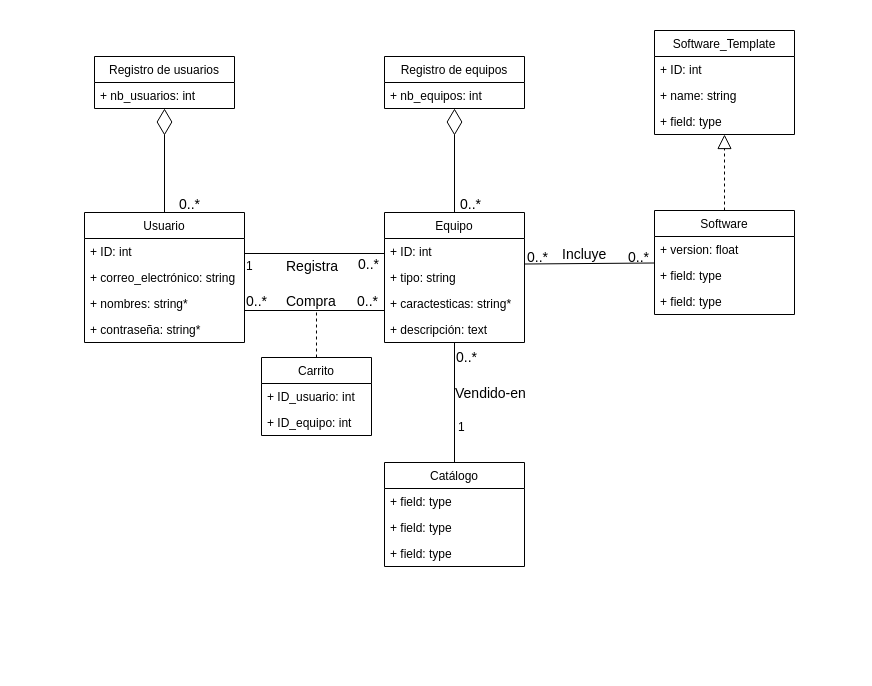
The draw.io diagram ModeloDeDominio.drawio in pierreLucas40/INF236, before the edit. Source tidied: cells renumbered, new cells numbered last; positions are measured from the earlier drawing's top-left corner, leaving out a move shared by most shapes. Both pictures are drawn from the tidied source at 100%, with x=0, y=0 at pixel (84, 30).
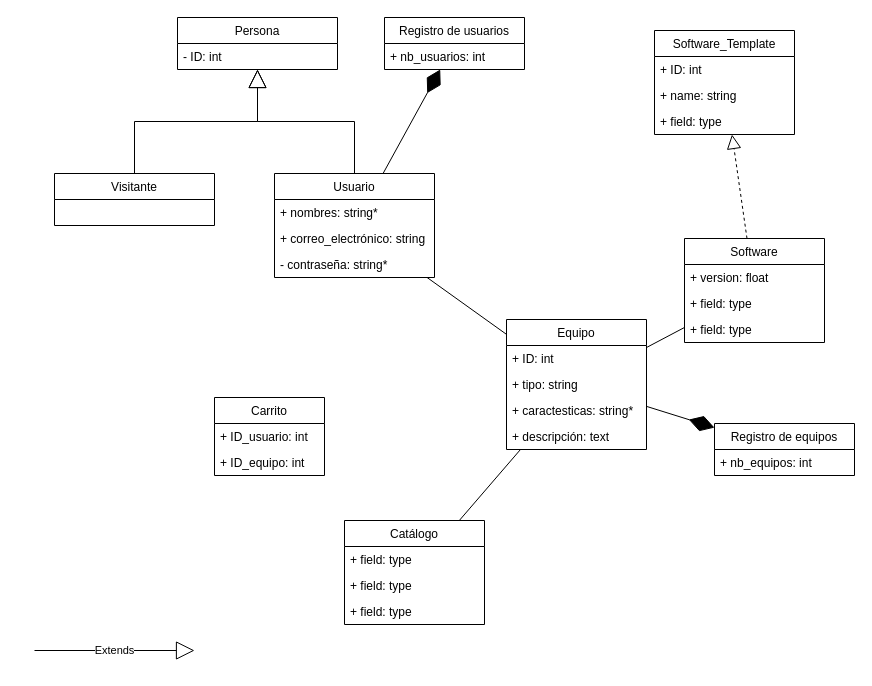
The same page after the edit.

The edit, as a diff of the source:
```diff
@@
     <mxCell id="2" value="Registro de usuarios" style="swimlane;fontStyle=0;horizontal=1;startSize=26;fillColor=none;" parent="1" vertex="1">
-      <mxGeometry x="10" y="26" width="140" height="52" as="geometry" />
+      <mxGeometry x="300" y="-13" width="140" height="52" as="geometry" />
     </mxCell>
@@
     <mxCell id="4" value="Usuario" style="swimlane;fontStyle=0;horizontal=1;startSize=26;fillColor=none;" parent="1" vertex="1">
-      <mxGeometry y="182" width="160" height="130" as="geometry" />
+      <mxGeometry x="190" y="143" width="160" height="104" as="geometry" />
     </mxCell>
-    <mxCell id="5" value="+ ID: int" style="text;strokeColor=none;fillColor=none;align=left;verticalAlign=top;spacingLeft=4;spacingRight=4;overflow=hidden;" parent="4" vertex="1">
-      <mxGeometry y="26" width="160" height="26" as="geometry" />
-    </mxCell>
+    <mxCell id="7" value="+ nombres: string*" style="text;strokeColor=none;fillColor=none;align=left;verticalAlign=top;spacingLeft=4;spacingRight=4;overflow=hidden;" parent="4" vertex="1">
+      <mxGeometry y="26" width="160" height="26" as="geometry" />
+    </mxCell>
@@
-    <mxCell id="7" value="+ nombres: string*" style="text;strokeColor=none;fillColor=none;align=left;verticalAlign=top;spacingLeft=4;spacingRight=4;overflow=hidden;" parent="4" vertex="1">
-      <mxGeometry y="78" width="160" height="26" as="geometry" />
-    </mxCell>
-    <mxCell id="8" value="+ contraseña: string*" style="text;strokeColor=none;fillColor=none;align=left;verticalAlign=top;spacingLeft=4;spacingRight=4;overflow=hidden;" parent="4" vertex="1">
-      <mxGeometry y="104" width="160" height="26" as="geometry" />
+    <mxCell id="8" value="- contraseña: string*" style="text;strokeColor=none;fillColor=none;align=left;verticalAlign=top;spacingLeft=4;spacingRight=4;overflow=hidden;" parent="4" vertex="1">
+      <mxGeometry y="78" width="160" height="26" as="geometry" />
     </mxCell>
-    <mxCell id="9" style="endArrow=diamondThin;endFill=0;endSize=24;html=1;exitX=0.5;exitY=0;exitDx=0;exitDy=0;entryX=0.5;entryY=1;entryDx=0;entryDy=0;" parent="1" edge="1" source="4" target="2">
-      <mxGeometry relative="1" as="geometry" />
-    </mxCell>
     <mxCell id="10" value="Registro de equipos" style="swimlane;fontStyle=0;horizontal=1;startSize=26;fillColor=none;" parent="1" vertex="1">
-      <mxGeometry x="300" y="26" width="140" height="52" as="geometry" />
+      <mxGeometry x="630" y="393" width="140" height="52" as="geometry" />
     </mxCell>
@@
     <mxCell id="12" value="Equipo" style="swimlane;fontStyle=0;horizontal=1;startSize=26;fillColor=none;" parent="1" vertex="1">
-      <mxGeometry x="300" y="182" width="140" height="130" as="geometry" />
+      <mxGeometry x="422" y="289" width="140" height="130" as="geometry" />
     </mxCell>
@@
-    <mxCell id="17" style="endArrow=diamondThin;endFill=0;endSize=24;html=1;exitX=0.5;exitY=0;exitDx=0;exitDy=0;entryX=0.5;entryY=1;entryDx=0;entryDy=0;" parent="1" edge="1" source="12" target="10">
-      <mxGeometry relative="1" as="geometry" />
-    </mxCell>
-    <mxCell id="18" value="&lt;font style=&quot;font-size: 14px&quot;&gt;0..*&lt;/font&gt;" style="text;html=1;align=left;verticalAlign=top;spacingTop=-4;" parent="1" vertex="1">
-      <mxGeometry x="93" y="163" width="40" height="20" as="geometry" />
-    </mxCell>
-    <mxCell id="19" value="&lt;font style=&quot;font-size: 14px&quot;&gt;0..*&lt;/font&gt;" style="text;html=1;align=left;verticalAlign=top;spacingTop=-4;" parent="1" vertex="1">
-      <mxGeometry x="374" y="163" width="40" height="20" as="geometry" />
-    </mxCell>
-    <mxCell id="20" value="&lt;font style=&quot;font-size: 14px&quot;&gt;Compra&lt;/font&gt;" style="text;html=1;points=[];align=left;verticalAlign=top;spacingTop=-4;" parent="1" vertex="1">
-      <mxGeometry x="200" y="260" width="70" height="20" as="geometry" />
-    </mxCell>
-    <mxCell id="21" value="&lt;font style=&quot;font-size: 14px&quot;&gt;Registra&lt;/font&gt;" style="text;html=1;align=left;verticalAlign=top;spacingTop=-4;" parent="1" vertex="1">
-      <mxGeometry x="200" y="225" width="70" height="20" as="geometry" />
-    </mxCell>
@@
     <mxCell id="26" value="Software" style="swimlane;fontStyle=0;horizontal=1;startSize=26;fillColor=none;" parent="1" vertex="1">
-      <mxGeometry x="570" y="180" width="140" height="104" as="geometry" />
+      <mxGeometry x="600" y="208" width="140" height="104" as="geometry" />
     </mxCell>
@@
-    <mxCell id="31" style="endArrow=none;html=1;strokeColor=#000000;" parent="1" edge="1">
-      <mxGeometry relative="1" as="geometry">
-        <mxPoint x="160" y="223" as="sourcePoint" />
-        <mxPoint x="300" y="223" as="targetPoint" />
-      </mxGeometry>
+    <mxCell id="31" style="endArrow=none;html=1;strokeColor=#000000;" parent="1" edge="1" source="4" target="12">
+      <mxGeometry relative="1" as="geometry" />
     </mxCell>
-    <mxCell id="32" style="endArrow=none;html=1;strokeColor=#000000;" parent="1" edge="1">
-      <mxGeometry relative="1" as="geometry">
-        <mxPoint x="160" y="280" as="sourcePoint" />
-        <mxPoint x="300" y="280" as="targetPoint" />
-      </mxGeometry>
-    </mxCell>
-    <mxCell id="33" value="&lt;font style=&quot;font-size: 14px&quot;&gt;0..*&lt;/font&gt;" style="text;html=1;align=left;verticalAlign=top;spacingTop=-4;" parent="1" vertex="1">
-      <mxGeometry x="160" y="260" width="40" height="20" as="geometry" />
-    </mxCell>
-    <mxCell id="34" value="&lt;font style=&quot;font-size: 14px&quot;&gt;0..*&lt;/font&gt;" style="text;html=1;align=left;verticalAlign=top;spacingTop=-4;" parent="1" vertex="1">
-      <mxGeometry x="271" y="260" width="40" height="20" as="geometry" />
-    </mxCell>
-    <mxCell id="35" value="1" style="text;html=1;align=left;verticalAlign=top;spacingTop=-4;" parent="1" vertex="1">
-      <mxGeometry x="160" y="226" width="20" height="20" as="geometry" />
-    </mxCell>
-    <mxCell id="36" value="&lt;font style=&quot;font-size: 14px&quot;&gt;0..*&lt;/font&gt;" style="text;html=1;align=left;verticalAlign=top;spacingTop=-4;" parent="1" vertex="1">
-      <mxGeometry x="272" y="223" width="40" height="20" as="geometry" />
-    </mxCell>
-    <mxCell id="37" style="endArrow=none;html=1;strokeColor=#000000;" parent="1" edge="1">
-      <mxGeometry relative="1" as="geometry">
-        <mxPoint x="570" y="232.5" as="sourcePoint" />
-        <mxPoint x="440" y="233.5" as="targetPoint" />
-      </mxGeometry>
+    <mxCell id="37" style="endArrow=none;html=1;strokeColor=#000000;" parent="1" edge="1" source="26" target="12">
+      <mxGeometry relative="1" as="geometry" />
     </mxCell>
-    <mxCell id="38" value="&lt;font style=&quot;font-size: 14px&quot;&gt;Incluye&lt;/font&gt;" style="text;html=1;align=left;verticalAlign=top;spacingTop=-4;" parent="1" vertex="1">
-      <mxGeometry x="476" y="213" width="60" height="20" as="geometry" />
-    </mxCell>
-    <mxCell id="39" value="&lt;font style=&quot;font-size: 14px&quot;&gt;0..*&lt;/font&gt;" style="text;html=1;align=left;verticalAlign=top;spacingTop=-4;" parent="1" vertex="1">
-      <mxGeometry x="441" y="216" width="40" height="20" as="geometry" />
-    </mxCell>
-    <mxCell id="40" value="&lt;font style=&quot;font-size: 14px&quot;&gt;0..*&lt;/font&gt;" style="text;html=1;align=left;verticalAlign=top;spacingTop=-4;" parent="1" vertex="1">
-      <mxGeometry x="542" y="216" width="40" height="20" as="geometry" />
-    </mxCell>
     <mxCell id="41" value="Catálogo" style="swimlane;fontStyle=0;horizontal=1;startSize=26;fillColor=none;" parent="1" vertex="1">
-      <mxGeometry x="300" y="432" width="140" height="104" as="geometry" />
+      <mxGeometry x="260" y="490" width="140" height="104" as="geometry" />
     </mxCell>
@@
-    <mxCell id="46" value="&lt;font style=&quot;font-size: 14px&quot;&gt;Vendido-en&lt;/font&gt;" style="text;html=1;align=left;verticalAlign=top;spacingTop=-4;" parent="1" vertex="1">
-      <mxGeometry x="369" y="351.5" width="90" height="20" as="geometry" />
-    </mxCell>
-    <mxCell id="47" value="&lt;font style=&quot;font-size: 14px&quot;&gt;0..*&lt;/font&gt;" style="text;html=1;align=left;verticalAlign=top;spacingTop=-4;" parent="1" vertex="1">
-      <mxGeometry x="370" y="316" width="40" height="20" as="geometry" />
-    </mxCell>
-    <mxCell id="48" value="1" style="text;html=1;align=left;verticalAlign=top;spacingTop=-4;" parent="1" vertex="1">
-      <mxGeometry x="372" y="387" width="20" height="20" as="geometry" />
-    </mxCell>
     <mxCell id="49" value="Carrito" style="swimlane;fontStyle=0;horizontal=1;startSize=26;fillColor=none;" parent="1" vertex="1">
-      <mxGeometry x="177" y="327" width="110" height="78" as="geometry" />
+      <mxGeometry x="130" y="367" width="110" height="78" as="geometry" />
     </mxCell>
@@
-    <mxCell id="52" style="endArrow=none;dashed=1;html=1;entryX=0.457;entryY=1.05;entryDx=0;entryDy=0;entryPerimeter=0;exitX=0.5;exitY=0;exitDx=0;exitDy=0;" parent="1" edge="1" source="49" target="20">
-      <mxGeometry relative="1" as="geometry" />
-    </mxCell>
+    <mxCell id="53" value="Visitante" style="swimlane;fontStyle=0;horizontal=1;startSize=26;fillColor=none;" parent="1" vertex="1">
+      <mxGeometry x="-30" y="143" width="160" height="52" as="geometry" />
+    </mxCell>
+    <mxCell id="54" value="Persona" style="swimlane;fontStyle=0;horizontal=1;startSize=26;fillColor=none;" parent="1" vertex="1">
+      <mxGeometry x="93" y="-13" width="160" height="52" as="geometry" />
+    </mxCell>
+    <mxCell id="55" value="- ID: int" style="text;strokeColor=none;fillColor=none;align=left;verticalAlign=top;spacingLeft=4;spacingRight=4;overflow=hidden;" parent="54" vertex="1">
+      <mxGeometry y="26" width="160" height="26" as="geometry" />
+    </mxCell>
+    <mxCell id="9" style="endArrow=diamondThin;endFill=1;endSize=24;html=1;" parent="1" edge="1" source="4" target="2">
+      <mxGeometry relative="1" as="geometry" />
+    </mxCell>
+    <mxCell id="17" style="endArrow=diamondThin;endFill=1;endSize=24;html=1;" parent="1" edge="1" source="12" target="10">
+      <mxGeometry relative="1" as="geometry" />
+    </mxCell>
+    <mxCell id="56" value="Extends" style="endArrow=block;endSize=16;endFill=0;html=1;" parent="1" edge="1">
+      <mxGeometry relative="1" as="geometry">
+        <mxPoint x="-50" y="620" as="sourcePoint" />
+        <mxPoint x="110" y="620" as="targetPoint" />
+      </mxGeometry>
+    </mxCell>
+    <mxCell id="57" style="endArrow=block;endSize=16;endFill=0;html=1;edgeStyle=orthogonalEdgeStyle;rounded=0;" parent="1" edge="1" source="4" target="54">
+      <mxGeometry x="-0.21" y="-25" relative="1" as="geometry" />
+    </mxCell>
+    <mxCell id="58" style="endArrow=block;endSize=16;endFill=0;html=1;edgeStyle=orthogonalEdgeStyle;rounded=0;" parent="1" edge="1" source="53" target="54">
+      <mxGeometry x="-0.21" y="-25" relative="1" as="geometry" />
+    </mxCell>
```
